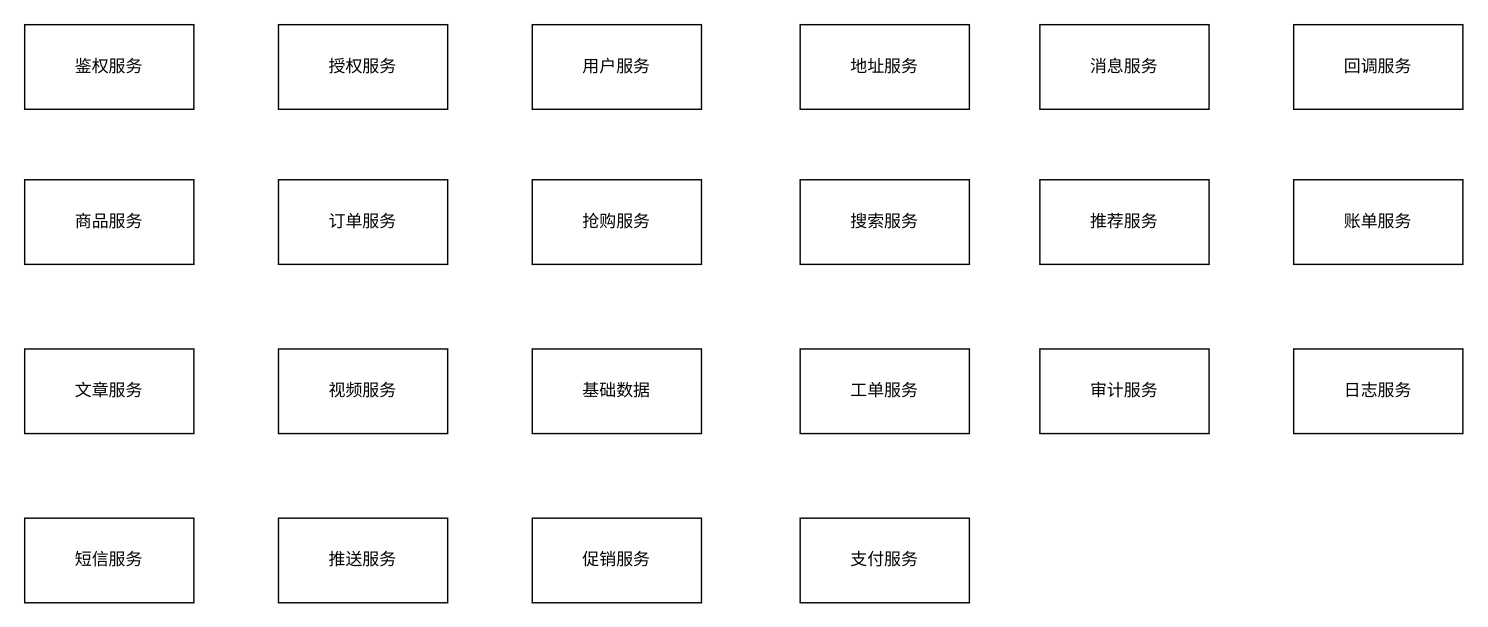
Above: page "代码组织结构" (1 of 11) of src/dragon.drawio in ab-doc/draw.io (draw.io), before the change. Source tidied: cells renumbered, new cells numbered last; positions are measured from the earlier drawing's top-left corner, leaving out a move shared by most shapes. Both pictures are drawn from the tidied source at 141%, with x=0, y=0 at pixel (24, 24).
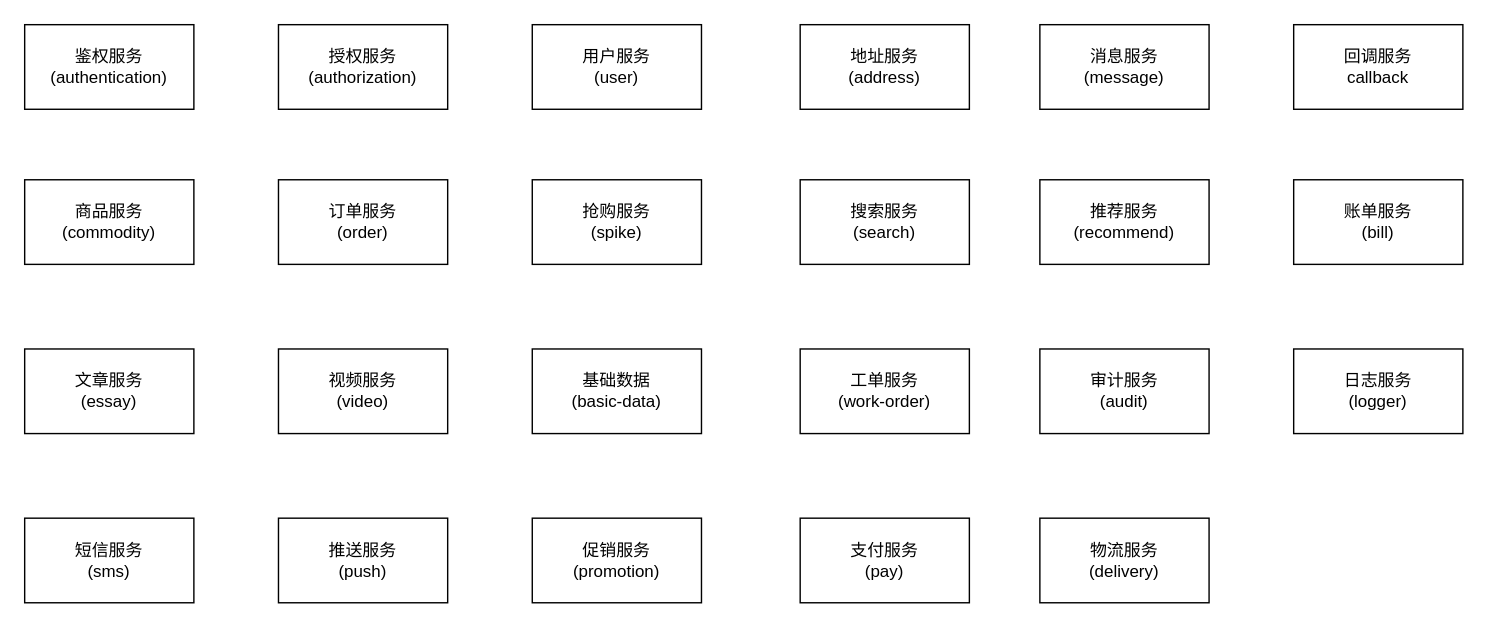
After the change.

What changed in the source:
```diff
@@
-    <mxCell id="2" value="鉴权服务" style="rounded=0;whiteSpace=wrap;html=1;" parent="1" vertex="1">
+    <mxCell id="2" value="鉴权服务&lt;br&gt;(authentication)" style="rounded=0;whiteSpace=wrap;html=1;" parent="1" vertex="1">
       <mxGeometry width="120" height="60" as="geometry" />
     </mxCell>
-    <mxCell id="3" value="授权服务" style="rounded=0;whiteSpace=wrap;html=1;" parent="1" vertex="1">
+    <mxCell id="3" value="授权服务&lt;br&gt;(authorization)" style="rounded=0;whiteSpace=wrap;html=1;" parent="1" vertex="1">
       <mxGeometry x="180" width="120" height="60" as="geometry" />
     </mxCell>
-    <mxCell id="4" value="用户服务" style="rounded=0;whiteSpace=wrap;html=1;" parent="1" vertex="1">
+    <mxCell id="4" value="用户服务&lt;br&gt;(user)" style="rounded=0;whiteSpace=wrap;html=1;" parent="1" vertex="1">
       <mxGeometry x="360" width="120" height="60" as="geometry" />
     </mxCell>
-    <mxCell id="5" value="地址服务" style="rounded=0;whiteSpace=wrap;html=1;" parent="1" vertex="1">
+    <mxCell id="5" value="地址服务&lt;br&gt;(address)" style="rounded=0;whiteSpace=wrap;html=1;" parent="1" vertex="1">
       <mxGeometry x="550" width="120" height="60" as="geometry" />
     </mxCell>
-    <mxCell id="6" value="消息服务" style="rounded=0;whiteSpace=wrap;html=1;" parent="1" vertex="1">
+    <mxCell id="6" value="消息服务&lt;br&gt;(message)" style="rounded=0;whiteSpace=wrap;html=1;" parent="1" vertex="1">
       <mxGeometry x="720" width="120" height="60" as="geometry" />
     </mxCell>
-    <mxCell id="7" value="回调服务" style="rounded=0;whiteSpace=wrap;html=1;" parent="1" vertex="1">
+    <mxCell id="7" value="回调服务&lt;br&gt;callback" style="rounded=0;whiteSpace=wrap;html=1;" parent="1" vertex="1">
       <mxGeometry x="900" width="120" height="60" as="geometry" />
     </mxCell>
-    <mxCell id="8" value="商品服务" style="rounded=0;whiteSpace=wrap;html=1;" parent="1" vertex="1">
+    <mxCell id="8" value="商品服务&lt;br&gt;(commodity)" style="rounded=0;whiteSpace=wrap;html=1;" parent="1" vertex="1">
       <mxGeometry y="110" width="120" height="60" as="geometry" />
     </mxCell>
-    <mxCell id="9" value="订单服务" style="rounded=0;whiteSpace=wrap;html=1;" parent="1" vertex="1">
+    <mxCell id="9" value="订单服务&lt;br&gt;(order)" style="rounded=0;whiteSpace=wrap;html=1;" parent="1" vertex="1">
       <mxGeometry x="180" y="110" width="120" height="60" as="geometry" />
     </mxCell>
-    <mxCell id="10" value="抢购服务" style="rounded=0;whiteSpace=wrap;html=1;" parent="1" vertex="1">
+    <mxCell id="10" value="抢购服务&lt;br&gt;(spike)" style="rounded=0;whiteSpace=wrap;html=1;" parent="1" vertex="1">
       <mxGeometry x="360" y="110" width="120" height="60" as="geometry" />
     </mxCell>
-    <mxCell id="11" value="搜索服务" style="rounded=0;whiteSpace=wrap;html=1;" parent="1" vertex="1">
+    <mxCell id="11" value="搜索服务&lt;br&gt;(search)" style="rounded=0;whiteSpace=wrap;html=1;" parent="1" vertex="1">
       <mxGeometry x="550" y="110" width="120" height="60" as="geometry" />
     </mxCell>
-    <mxCell id="12" value="推荐服务" style="rounded=0;whiteSpace=wrap;html=1;" parent="1" vertex="1">
+    <mxCell id="12" value="推荐服务&lt;br&gt;(recommend)" style="rounded=0;whiteSpace=wrap;html=1;" parent="1" vertex="1">
       <mxGeometry x="720" y="110" width="120" height="60" as="geometry" />
     </mxCell>
-    <mxCell id="13" value="账单服务" style="rounded=0;whiteSpace=wrap;html=1;" parent="1" vertex="1">
+    <mxCell id="13" value="账单服务&lt;br&gt;(bill)" style="rounded=0;whiteSpace=wrap;html=1;" parent="1" vertex="1">
       <mxGeometry x="900" y="110" width="120" height="60" as="geometry" />
     </mxCell>
-    <mxCell id="14" value="文章服务" style="rounded=0;whiteSpace=wrap;html=1;" parent="1" vertex="1">
+    <mxCell id="14" value="文章服务&lt;br&gt;(essay)" style="rounded=0;whiteSpace=wrap;html=1;" parent="1" vertex="1">
       <mxGeometry y="230" width="120" height="60" as="geometry" />
     </mxCell>
-    <mxCell id="15" value="视频服务" style="rounded=0;whiteSpace=wrap;html=1;" parent="1" vertex="1">
+    <mxCell id="15" value="视频服务&lt;br&gt;(video)" style="rounded=0;whiteSpace=wrap;html=1;" parent="1" vertex="1">
       <mxGeometry x="180" y="230" width="120" height="60" as="geometry" />
     </mxCell>
-    <mxCell id="16" value="日志服务" style="rounded=0;whiteSpace=wrap;html=1;" parent="1" vertex="1">
+    <mxCell id="16" value="日志服务&lt;br&gt;(logger)" style="rounded=0;whiteSpace=wrap;html=1;" parent="1" vertex="1">
       <mxGeometry x="900" y="230" width="120" height="60" as="geometry" />
     </mxCell>
-    <mxCell id="17" value="基础数据" style="rounded=0;whiteSpace=wrap;html=1;" parent="1" vertex="1">
+    <mxCell id="17" value="基础数据&lt;br&gt;(basic-data)" style="rounded=0;whiteSpace=wrap;html=1;" parent="1" vertex="1">
       <mxGeometry x="360" y="230" width="120" height="60" as="geometry" />
     </mxCell>
-    <mxCell id="18" value="工单服务" style="rounded=0;whiteSpace=wrap;html=1;" parent="1" vertex="1">
+    <mxCell id="18" value="工单服务&lt;br&gt;(work-order)" style="rounded=0;whiteSpace=wrap;html=1;" parent="1" vertex="1">
       <mxGeometry x="550" y="230" width="120" height="60" as="geometry" />
     </mxCell>
-    <mxCell id="19" value="审计服务" style="rounded=0;whiteSpace=wrap;html=1;" parent="1" vertex="1">
+    <mxCell id="19" value="审计服务&lt;br&gt;(audit)" style="rounded=0;whiteSpace=wrap;html=1;" parent="1" vertex="1">
       <mxGeometry x="720" y="230" width="120" height="60" as="geometry" />
     </mxCell>
-    <mxCell id="20" value="短信服务" style="rounded=0;whiteSpace=wrap;html=1;" parent="1" vertex="1">
+    <mxCell id="20" value="短信服务&lt;br&gt;(sms)" style="rounded=0;whiteSpace=wrap;html=1;" parent="1" vertex="1">
       <mxGeometry y="350" width="120" height="60" as="geometry" />
     </mxCell>
-    <mxCell id="21" value="推送服务" style="rounded=0;whiteSpace=wrap;html=1;" parent="1" vertex="1">
+    <mxCell id="21" value="推送服务&lt;br&gt;(push)" style="rounded=0;whiteSpace=wrap;html=1;" parent="1" vertex="1">
       <mxGeometry x="180" y="350" width="120" height="60" as="geometry" />
     </mxCell>
-    <mxCell id="22" value="促销服务" style="rounded=0;whiteSpace=wrap;html=1;" parent="1" vertex="1">
+    <mxCell id="22" value="促销服务&lt;br&gt;(promotion)" style="rounded=0;whiteSpace=wrap;html=1;" parent="1" vertex="1">
       <mxGeometry x="360" y="350" width="120" height="60" as="geometry" />
     </mxCell>
-    <mxCell id="23" value="支付服务" style="rounded=0;whiteSpace=wrap;html=1;" parent="1" vertex="1">
+    <mxCell id="23" value="支付服务&lt;br&gt;(pay)" style="rounded=0;whiteSpace=wrap;html=1;" parent="1" vertex="1">
       <mxGeometry x="550" y="350" width="120" height="60" as="geometry" />
     </mxCell>
+    <mxCell id="24" value="物流服务&lt;br&gt;(delivery)" style="rounded=0;whiteSpace=wrap;html=1;" parent="1" vertex="1">
+      <mxGeometry x="720" y="350" width="120" height="60" as="geometry" />
+    </mxCell>
```
